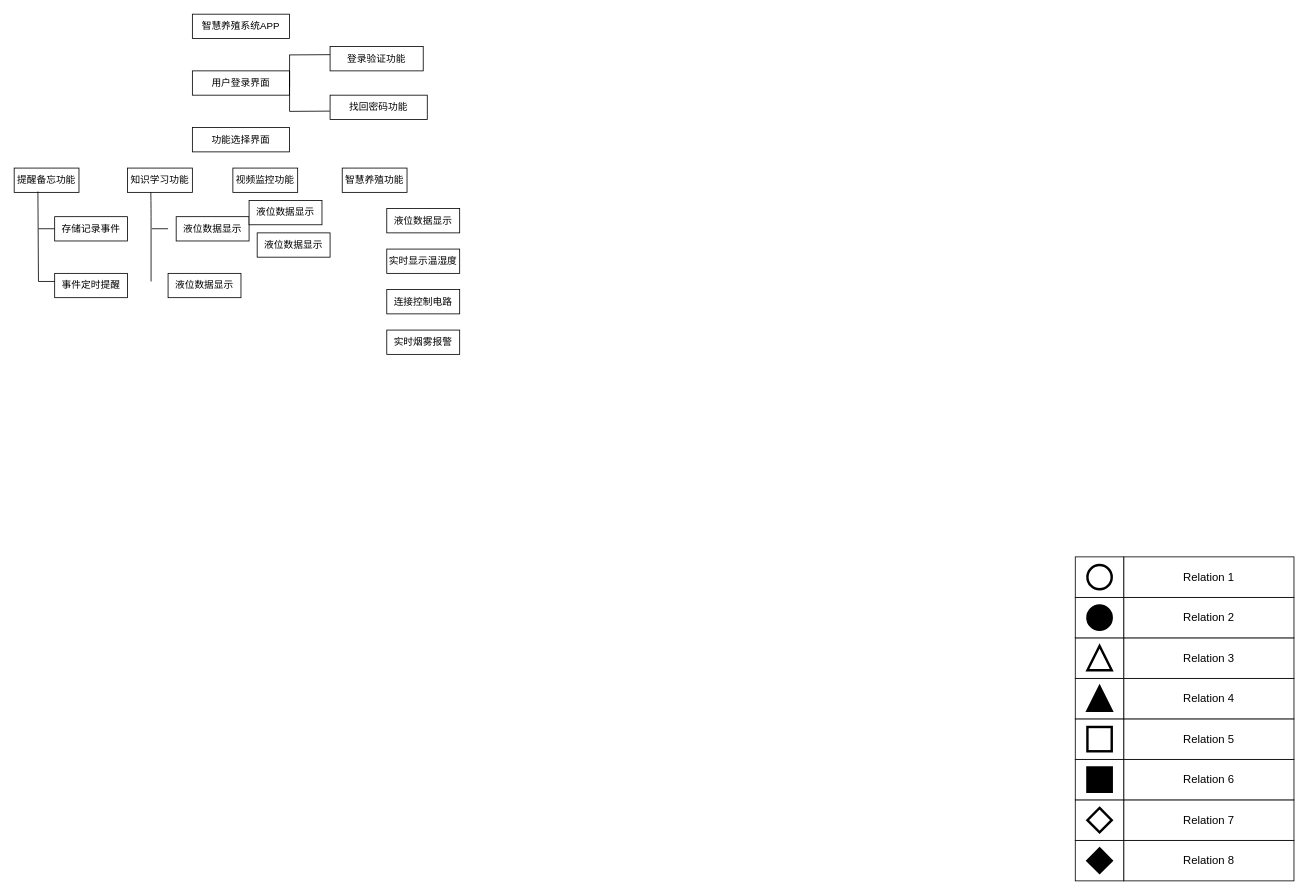
Earlier version of the draw.io diagram LORA.drawio (xingxing7290/Hello-World). Source tidied: cells renumbered, new cells numbered last; positions are measured from the earlier drawing's top-left corner, leaving out a move shared by most shapes. Both pictures are drawn from the tidied source at 81%, with x=0, y=0 at pixel (14, 14).
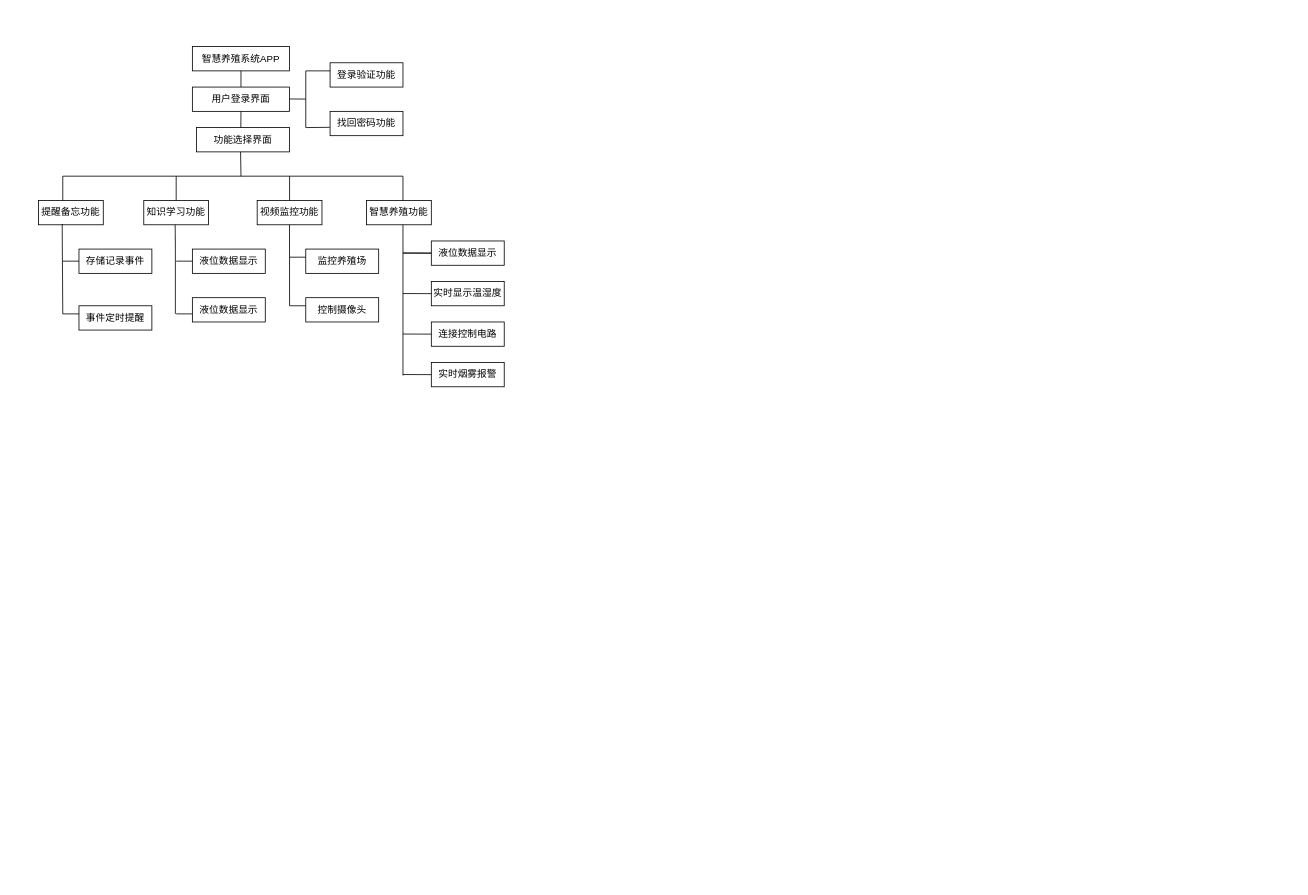
The same diagram, later.

The edit, as a diff of the source:
```diff
@@
-    <mxCell id="2" style="whiteSpace=wrap;html=1;rounded=0;shadow=0;strokeWidth=1;fontSize=14;" parent="1" vertex="1">
-      <mxGeometry x="1310" y="1020" width="60" height="50" as="geometry" />
-    </mxCell>
-    <mxCell id="3" value="Relation 8" style="whiteSpace=wrap;html=1;rounded=0;shadow=0;strokeWidth=1;fontSize=14;" parent="1" vertex="1">
-      <mxGeometry x="1370" y="1020" width="210" height="50" as="geometry" />
-    </mxCell>
-    <mxCell id="4" style="rhombus;whiteSpace=wrap;html=1;rounded=0;shadow=0;strokeWidth=3;fillColor=#000000;fontSize=14;" parent="1" vertex="1">
-      <mxGeometry x="1325" y="1030" width="30" height="30" as="geometry" />
-    </mxCell>
-    <mxCell id="5" style="whiteSpace=wrap;html=1;rounded=0;shadow=0;strokeWidth=1;fontSize=14;" parent="1" vertex="1">
-      <mxGeometry x="1310" y="970" width="60" height="50" as="geometry" />
-    </mxCell>
-    <mxCell id="6" value="Relation 7" style="whiteSpace=wrap;html=1;rounded=0;shadow=0;strokeWidth=1;fontSize=14;" parent="1" vertex="1">
-      <mxGeometry x="1370" y="970" width="210" height="50" as="geometry" />
-    </mxCell>
-    <mxCell id="7" style="whiteSpace=wrap;html=1;rounded=0;shadow=0;strokeWidth=1;fontSize=14;" parent="1" vertex="1">
-      <mxGeometry x="1310" y="920" width="60" height="50" as="geometry" />
-    </mxCell>
-    <mxCell id="8" value="Relation 6" style="whiteSpace=wrap;html=1;rounded=0;shadow=0;strokeWidth=1;fontSize=14;" parent="1" vertex="1">
-      <mxGeometry x="1370" y="920" width="210" height="50" as="geometry" />
-    </mxCell>
-    <mxCell id="9" style="whiteSpace=wrap;html=1;rounded=0;shadow=0;strokeWidth=1;fontSize=14;" parent="1" vertex="1">
-      <mxGeometry x="1310" y="870" width="60" height="50" as="geometry" />
-    </mxCell>
-    <mxCell id="10" value="Relation 5" style="whiteSpace=wrap;html=1;rounded=0;shadow=0;strokeWidth=1;fontSize=14;" parent="1" vertex="1">
-      <mxGeometry x="1370" y="870" width="210" height="50" as="geometry" />
-    </mxCell>
-    <mxCell id="11" style="whiteSpace=wrap;html=1;rounded=0;shadow=0;strokeWidth=1;fontSize=14;" parent="1" vertex="1">
-      <mxGeometry x="1310" y="820" width="60" height="50" as="geometry" />
-    </mxCell>
-    <mxCell id="12" value="Relation 4" style="whiteSpace=wrap;html=1;rounded=0;shadow=0;strokeWidth=1;fontSize=14;" parent="1" vertex="1">
-      <mxGeometry x="1370" y="820" width="210" height="50" as="geometry" />
-    </mxCell>
-    <mxCell id="13" style="whiteSpace=wrap;html=1;rounded=0;shadow=0;strokeWidth=1;fontSize=14;" parent="1" vertex="1">
-      <mxGeometry x="1310" y="770" width="60" height="50" as="geometry" />
-    </mxCell>
-    <mxCell id="14" value="Relation 3" style="whiteSpace=wrap;html=1;rounded=0;shadow=0;strokeWidth=1;fontSize=14;" parent="1" vertex="1">
-      <mxGeometry x="1370" y="770" width="210" height="50" as="geometry" />
-    </mxCell>
-    <mxCell id="15" style="whiteSpace=wrap;html=1;rounded=0;shadow=0;strokeWidth=1;fontSize=14;" parent="1" vertex="1">
-      <mxGeometry x="1310" y="720" width="60" height="50" as="geometry" />
-    </mxCell>
-    <mxCell id="16" value="Relation 2" style="whiteSpace=wrap;html=1;rounded=0;shadow=0;strokeWidth=1;fontSize=14;" parent="1" vertex="1">
-      <mxGeometry x="1370" y="720" width="210" height="50" as="geometry" />
-    </mxCell>
-    <mxCell id="17" style="whiteSpace=wrap;html=1;rounded=0;shadow=0;strokeWidth=1;fontSize=14;" parent="1" vertex="1">
-      <mxGeometry x="1310" y="670" width="60" height="50" as="geometry" />
-    </mxCell>
-    <mxCell id="18" value="Relation 1" style="whiteSpace=wrap;html=1;rounded=0;shadow=0;strokeWidth=1;fontSize=14;" parent="1" vertex="1">
-      <mxGeometry x="1370" y="670" width="210" height="50" as="geometry" />
-    </mxCell>
-    <mxCell id="19" style="ellipse;whiteSpace=wrap;html=1;rounded=0;shadow=0;strokeWidth=3;fontSize=14;" parent="1" vertex="1">
-      <mxGeometry x="1325" y="680" width="30" height="30" as="geometry" />
-    </mxCell>
-    <mxCell id="20" style="ellipse;whiteSpace=wrap;html=1;rounded=0;shadow=0;strokeWidth=3;fontSize=14;fillColor=#000000;" parent="1" vertex="1">
-      <mxGeometry x="1325" y="730" width="30" height="30" as="geometry" />
-    </mxCell>
-    <mxCell id="21" style="triangle;whiteSpace=wrap;html=1;rounded=0;shadow=0;strokeWidth=3;fillColor=#000000;fontSize=14;direction=north;" parent="1" vertex="1">
-      <mxGeometry x="1325" y="830" width="30" height="30" as="geometry" />
-    </mxCell>
-    <mxCell id="22" style="triangle;whiteSpace=wrap;html=1;rounded=0;shadow=0;strokeWidth=3;fontSize=14;direction=north;" parent="1" vertex="1">
-      <mxGeometry x="1325" y="780" width="30" height="30" as="geometry" />
-    </mxCell>
-    <mxCell id="23" style="whiteSpace=wrap;html=1;rounded=0;shadow=0;strokeWidth=3;fontSize=14;" parent="1" vertex="1">
-      <mxGeometry x="1325" y="880" width="30" height="30" as="geometry" />
-    </mxCell>
-    <mxCell id="24" style="whiteSpace=wrap;html=1;rounded=0;shadow=0;strokeWidth=3;fillColor=#000000;fontSize=14;" parent="1" vertex="1">
-      <mxGeometry x="1325" y="930" width="30" height="30" as="geometry" />
-    </mxCell>
-    <mxCell id="25" style="rhombus;whiteSpace=wrap;html=1;rounded=0;shadow=0;strokeWidth=3;fontSize=14;" parent="1" vertex="1">
-      <mxGeometry x="1325" y="980" width="30" height="30" as="geometry" />
-    </mxCell>
     <mxCell id="26" value="智慧养殖系统APP" style="rounded=0;whiteSpace=wrap;html=1;" parent="1" vertex="1">
-      <mxGeometry x="220" width="120" height="30" as="geometry" />
+      <mxGeometry x="220" y="40" width="120" height="30" as="geometry" />
     </mxCell>
     <mxCell id="27" value="用户登录界面" style="rounded=0;whiteSpace=wrap;html=1;" parent="1" vertex="1">
-      <mxGeometry x="220" y="70" width="120" height="30" as="geometry" />
+      <mxGeometry x="220" y="90" width="120" height="30" as="geometry" />
     </mxCell>
     <mxCell id="28" value="功能选择界面" style="rounded=0;whiteSpace=wrap;html=1;" parent="1" vertex="1">
-      <mxGeometry x="220" y="140" width="120" height="30" as="geometry" />
+      <mxGeometry x="225" y="140" width="115" height="30" as="geometry" />
     </mxCell>
     <mxCell id="29" value="提醒备忘功能" style="rounded=0;whiteSpace=wrap;html=1;" parent="1" vertex="1">
-      <mxGeometry y="190" width="80" height="30" as="geometry" />
+      <mxGeometry x="30" y="230" width="80" height="30" as="geometry" />
     </mxCell>
     <mxCell id="30" value="视频监控功能" style="rounded=0;whiteSpace=wrap;html=1;" parent="1" vertex="1">
-      <mxGeometry x="270" y="190" width="80" height="30" as="geometry" />
+      <mxGeometry x="300" y="230" width="80" height="30" as="geometry" />
     </mxCell>
     <mxCell id="31" value="知识学习功能" style="rounded=0;whiteSpace=wrap;html=1;" parent="1" vertex="1">
-      <mxGeometry x="140" y="190" width="80" height="30" as="geometry" />
+      <mxGeometry x="160" y="230" width="80" height="30" as="geometry" />
     </mxCell>
     <mxCell id="32" value="智慧养殖功能" style="rounded=0;whiteSpace=wrap;html=1;" parent="1" vertex="1">
-      <mxGeometry x="405" y="190" width="80" height="30" as="geometry" />
+      <mxGeometry x="435" y="230" width="80" height="30" as="geometry" />
     </mxCell>
     <mxCell id="33" value="实时显示温湿度" style="rounded=0;whiteSpace=wrap;html=1;" parent="1" vertex="1">
-      <mxGeometry x="460" y="290" width="90" height="30" as="geometry" />
+      <mxGeometry x="515" y="330" width="90" height="30" as="geometry" />
     </mxCell>
     <mxCell id="34" value="连接控制电路" style="rounded=0;whiteSpace=wrap;html=1;" parent="1" vertex="1">
-      <mxGeometry x="460" y="340" width="90" height="30" as="geometry" />
+      <mxGeometry x="515" y="380" width="90" height="30" as="geometry" />
     </mxCell>
     <mxCell id="35" value="实时烟雾报警" style="rounded=0;whiteSpace=wrap;html=1;" parent="1" vertex="1">
-      <mxGeometry x="460" y="390" width="90" height="30" as="geometry" />
+      <mxGeometry x="515" y="430" width="90" height="30" as="geometry" />
     </mxCell>
     <mxCell id="36" value="登录验证功能" style="rounded=0;whiteSpace=wrap;html=1;" parent="1" vertex="1">
-      <mxGeometry x="390" y="40" width="115" height="30" as="geometry" />
+      <mxGeometry x="390" y="60" width="90" height="30" as="geometry" />
     </mxCell>
     <mxCell id="37" value="找回密码功能" style="rounded=0;whiteSpace=wrap;html=1;" parent="1" vertex="1">
-      <mxGeometry x="390" y="100" width="120" height="30" as="geometry" />
+      <mxGeometry x="390" y="120" width="90" height="30" as="geometry" />
     </mxCell>
     <mxCell id="38" value="液位数据显示" style="rounded=0;whiteSpace=wrap;html=1;" parent="1" vertex="1">
-      <mxGeometry x="460" y="240" width="90" height="30" as="geometry" />
+      <mxGeometry x="515" y="280" width="90" height="30" as="geometry" />
     </mxCell>
     <mxCell id="39" value="存储记录事件" style="rounded=0;whiteSpace=wrap;html=1;" parent="1" vertex="1">
-      <mxGeometry x="50" y="250" width="90" height="30" as="geometry" />
+      <mxGeometry x="80" y="290" width="90" height="30" as="geometry" />
     </mxCell>
     <mxCell id="40" value="事件定时提醒" style="rounded=0;whiteSpace=wrap;html=1;" parent="1" vertex="1">
-      <mxGeometry x="50" y="320" width="90" height="30" as="geometry" />
+      <mxGeometry x="80" y="360" width="90" height="30" as="geometry" />
     </mxCell>
     <mxCell id="41" value="液位数据显示" style="rounded=0;whiteSpace=wrap;html=1;" parent="1" vertex="1">
-      <mxGeometry x="200" y="250" width="90" height="30" as="geometry" />
+      <mxGeometry x="220" y="290" width="90" height="30" as="geometry" />
     </mxCell>
     <mxCell id="42" value="液位数据显示" style="rounded=0;whiteSpace=wrap;html=1;" parent="1" vertex="1">
-      <mxGeometry x="190" y="320" width="90" height="30" as="geometry" />
+      <mxGeometry x="220" y="350" width="90" height="30" as="geometry" />
     </mxCell>
-    <mxCell id="43" value="液位数据显示" style="rounded=0;whiteSpace=wrap;html=1;" parent="1" vertex="1">
-      <mxGeometry x="300" y="270" width="90" height="30" as="geometry" />
+    <mxCell id="43" value="控制摄像头" style="rounded=0;whiteSpace=wrap;html=1;" parent="1" vertex="1">
+      <mxGeometry x="360" y="350" width="90" height="30" as="geometry" />
     </mxCell>
-    <mxCell id="44" value="液位数据显示" style="rounded=0;whiteSpace=wrap;html=1;" parent="1" vertex="1">
-      <mxGeometry x="290" y="230" width="90" height="30" as="geometry" />
+    <mxCell id="44" value="监控养殖场" style="rounded=0;whiteSpace=wrap;html=1;" parent="1" vertex="1">
+      <mxGeometry x="360" y="290" width="90" height="30" as="geometry" />
     </mxCell>
     <mxCell id="45" style="endArrow=none;html=1;strokeWidth=1;" parent="1" edge="1">
       <mxGeometry relative="1" as="geometry">
-        <mxPoint x="340" y="90" as="sourcePoint" />
-        <mxPoint x="340" y="50" as="targetPoint" />
+        <mxPoint x="360" y="140" as="sourcePoint" />
+        <mxPoint x="360" y="70" as="targetPoint" />
       </mxGeometry>
     </mxCell>
-    <mxCell id="46" style="endArrow=none;html=1;strokeWidth=1;" parent="1" edge="1">
-      <mxGeometry relative="1" as="geometry">
-        <mxPoint x="340" y="120" as="sourcePoint" />
-        <mxPoint x="340" y="70" as="targetPoint" />
-      </mxGeometry>
-    </mxCell>
     <mxCell id="47" style="endArrow=none;html=1;strokeWidth=1;entryX=0;entryY=0.333;entryDx=0;entryDy=0;entryPerimeter=0;" parent="1" edge="1" target="36">
       <mxGeometry relative="1" as="geometry">
-        <mxPoint x="340" y="50.3" as="sourcePoint" />
+        <mxPoint x="360" y="70" as="sourcePoint" />
+        <Array as="points">
+          <mxPoint x="360" y="70" />
+        </Array>
       </mxGeometry>
     </mxCell>
     <mxCell id="48" style="endArrow=none;html=1;strokeWidth=1;entryX=-0.003;entryY=0.656;entryDx=0;entryDy=0;entryPerimeter=0;" parent="1" edge="1" target="37">
       <mxGeometry relative="1" as="geometry">
-        <mxPoint x="340" y="120" as="sourcePoint" />
+        <mxPoint x="360" y="140" as="sourcePoint" />
+        <Array as="points">
+          <mxPoint x="360" y="140" />
+        </Array>
       </mxGeometry>
     </mxCell>
     <mxCell id="49" style="endArrow=none;html=1;strokeWidth=1;entryX=0.366;entryY=0.967;entryDx=0;entryDy=0;entryPerimeter=0;" parent="1" edge="1" target="29">
       <mxGeometry relative="1" as="geometry">
-        <mxPoint x="30" y="330" as="sourcePoint" />
+        <mxPoint x="60" y="370" as="sourcePoint" />
       </mxGeometry>
     </mxCell>
     <mxCell id="50" style="endArrow=none;html=1;strokeWidth=1;" parent="1" edge="1">
       <mxGeometry relative="1" as="geometry">
-        <mxPoint x="30" y="264.9" as="sourcePoint" />
-        <mxPoint x="50" y="264.9" as="targetPoint" />
+        <mxPoint x="60" y="304.9" as="sourcePoint" />
+        <mxPoint x="80" y="304.9" as="targetPoint" />
       </mxGeometry>
     </mxCell>
     <mxCell id="51" style="endArrow=none;html=1;strokeWidth=1;" parent="1" edge="1">
       <mxGeometry relative="1" as="geometry">
-        <mxPoint x="30" y="330" as="sourcePoint" />
-        <mxPoint x="50" y="330" as="targetPoint" />
+        <mxPoint x="60" y="370" as="sourcePoint" />
+        <mxPoint x="80" y="370" as="targetPoint" />
         <Array as="points">
-          <mxPoint x="50" y="330" />
+          <mxPoint x="80" y="370" />
         </Array>
       </mxGeometry>
     </mxCell>
-    <mxCell id="52" style="endArrow=none;html=1;strokeWidth=1;entryX=0.359;entryY=0.994;entryDx=0;entryDy=0;entryPerimeter=0;" parent="1" edge="1" target="31">
+    <mxCell id="52" style="endArrow=none;html=1;strokeWidth=1;entryX=0.484;entryY=0.997;entryDx=0;entryDy=0;entryPerimeter=0;" parent="1" edge="1" target="31">
       <mxGeometry relative="1" as="geometry">
-        <mxPoint x="169" y="330" as="sourcePoint" />
+        <mxPoint x="199" y="370" as="sourcePoint" />
         <Array as="points">
-          <mxPoint x="169" y="240" />
+          <mxPoint x="199" y="280" />
         </Array>
       </mxGeometry>
     </mxCell>
     <mxCell id="53" style="endArrow=none;html=1;strokeWidth=1;" parent="1" edge="1">
       <mxGeometry relative="1" as="geometry">
-        <mxPoint x="170" y="264.9" as="sourcePoint" />
-        <mxPoint x="190" y="264.9" as="targetPoint" />
+        <mxPoint x="200" y="304.9" as="sourcePoint" />
+        <mxPoint x="220" y="304.9" as="targetPoint" />
       </mxGeometry>
     </mxCell>
+    <mxCell id="54" style="endArrow=none;html=1;strokeWidth=1;" parent="1" edge="1">
+      <mxGeometry relative="1" as="geometry">
+        <mxPoint x="200" y="370" as="sourcePoint" />
+        <mxPoint x="220" y="370" as="targetPoint" />
+      </mxGeometry>
+    </mxCell>
+    <mxCell id="55" style="endArrow=none;html=1;strokeWidth=1;" parent="1" edge="1">
+      <mxGeometry relative="1" as="geometry">
+        <mxPoint x="340" y="360" as="sourcePoint" />
+        <mxPoint x="339.9" y="260" as="targetPoint" />
+      </mxGeometry>
+    </mxCell>
+    <mxCell id="56" style="endArrow=none;html=1;strokeWidth=1;" parent="1" edge="1">
+      <mxGeometry relative="1" as="geometry">
+        <mxPoint x="340" y="300" as="sourcePoint" />
+        <mxPoint x="360" y="300" as="targetPoint" />
+      </mxGeometry>
+    </mxCell>
+    <mxCell id="57" style="endArrow=none;html=1;strokeWidth=1;" parent="1" edge="1">
+      <mxGeometry relative="1" as="geometry">
+        <mxPoint x="340" y="360" as="sourcePoint" />
+        <mxPoint x="360" y="360" as="targetPoint" />
+      </mxGeometry>
+    </mxCell>
+    <mxCell id="58" style="endArrow=none;html=1;strokeWidth=1;" parent="1" edge="1">
+      <mxGeometry relative="1" as="geometry">
+        <mxPoint x="480" y="446.1" as="sourcePoint" />
+        <mxPoint x="480" y="260" as="targetPoint" />
+      </mxGeometry>
+    </mxCell>
+    <mxCell id="59" style="endArrow=none;html=1;strokeWidth=1;entryX=0;entryY=0.5;entryDx=0;entryDy=0;" parent="1" edge="1" target="38">
+      <mxGeometry relative="1" as="geometry">
+        <mxPoint x="480" y="294.9" as="sourcePoint" />
+      </mxGeometry>
+    </mxCell>
+    <mxCell id="60" style="endArrow=none;html=1;strokeWidth=1;entryX=0;entryY=0.5;entryDx=0;entryDy=0;" parent="1" edge="1">
+      <mxGeometry relative="1" as="geometry">
+        <mxPoint x="480" y="344.9" as="sourcePoint" />
+        <mxPoint x="515" y="345" as="targetPoint" />
+      </mxGeometry>
+    </mxCell>
+    <mxCell id="61" style="endArrow=none;html=1;strokeWidth=1;entryX=0;entryY=0.5;entryDx=0;entryDy=0;" parent="1" edge="1">
+      <mxGeometry relative="1" as="geometry">
+        <mxPoint x="480" y="394.9" as="sourcePoint" />
+        <mxPoint x="515" y="395" as="targetPoint" />
+      </mxGeometry>
+    </mxCell>
+    <mxCell id="62" style="endArrow=none;html=1;strokeWidth=1;entryX=0;entryY=0.5;entryDx=0;entryDy=0;" parent="1" edge="1">
+      <mxGeometry relative="1" as="geometry">
+        <mxPoint x="480" y="294.9" as="sourcePoint" />
+        <mxPoint x="515" y="295" as="targetPoint" />
+      </mxGeometry>
+    </mxCell>
+    <mxCell id="63" style="endArrow=none;html=1;strokeWidth=1;entryX=0;entryY=0.5;entryDx=0;entryDy=0;" parent="1" edge="1">
+      <mxGeometry relative="1" as="geometry">
+        <mxPoint x="480" y="444.9" as="sourcePoint" />
+        <mxPoint x="515" y="445" as="targetPoint" />
+      </mxGeometry>
+    </mxCell>
+    <mxCell id="64" style="endArrow=none;html=1;strokeWidth=1;exitX=0.5;exitY=0;exitDx=0;exitDy=0;" parent="1" edge="1" source="27">
+      <mxGeometry relative="1" as="geometry">
+        <mxPoint x="280" y="70" as="targetPoint" />
+      </mxGeometry>
+    </mxCell>
+    <mxCell id="65" style="endArrow=none;html=1;strokeWidth=1;" parent="1" edge="1">
+      <mxGeometry relative="1" as="geometry">
+        <mxPoint x="279.8" y="140" as="sourcePoint" />
+        <mxPoint x="280" y="120" as="targetPoint" />
+      </mxGeometry>
+    </mxCell>
+    <mxCell id="66" style="endArrow=none;html=1;strokeWidth=1;" parent="1" edge="1">
+      <mxGeometry relative="1" as="geometry">
+        <mxPoint x="60" y="200" as="sourcePoint" />
+        <mxPoint x="480" y="200" as="targetPoint" />
+      </mxGeometry>
+    </mxCell>
+    <mxCell id="67" style="endArrow=none;html=1;strokeWidth=1;" parent="1" edge="1">
+      <mxGeometry relative="1" as="geometry">
+        <mxPoint x="60" y="230" as="sourcePoint" />
+        <mxPoint x="60" y="200" as="targetPoint" />
+      </mxGeometry>
+    </mxCell>
+    <mxCell id="68" style="endArrow=none;html=1;strokeWidth=1;" parent="1" edge="1">
+      <mxGeometry relative="1" as="geometry">
+        <mxPoint x="200" y="230" as="sourcePoint" />
+        <mxPoint x="200" y="200" as="targetPoint" />
+      </mxGeometry>
+    </mxCell>
+    <mxCell id="69" style="endArrow=none;html=1;strokeWidth=1;" parent="1" edge="1">
+      <mxGeometry relative="1" as="geometry">
+        <mxPoint x="340" y="230" as="sourcePoint" />
+        <mxPoint x="340" y="200" as="targetPoint" />
+      </mxGeometry>
+    </mxCell>
+    <mxCell id="70" style="endArrow=none;html=1;strokeWidth=1;" parent="1" edge="1">
+      <mxGeometry relative="1" as="geometry">
+        <mxPoint x="480" y="230" as="sourcePoint" />
+        <mxPoint x="480" y="200" as="targetPoint" />
+      </mxGeometry>
+    </mxCell>
+    <mxCell id="71" style="endArrow=none;html=1;strokeWidth=1;" parent="1" edge="1">
+      <mxGeometry relative="1" as="geometry">
+        <mxPoint x="280" y="200" as="sourcePoint" />
+        <mxPoint x="279.5" y="170" as="targetPoint" />
+      </mxGeometry>
+    </mxCell>
+    <mxCell id="72" style="endArrow=none;html=1;strokeWidth=1;" parent="1" edge="1">
+      <mxGeometry relative="1" as="geometry">
+        <mxPoint x="340" y="104.7" as="sourcePoint" />
+        <mxPoint x="360" y="104.8" as="targetPoint" />
+      </mxGeometry>
+    </mxCell>
```
